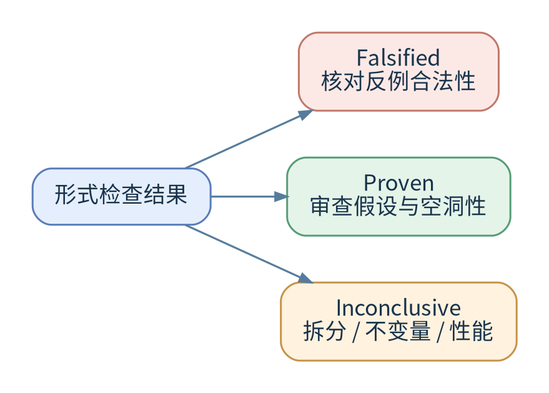
Little-W/blog keeps this Graphviz diagram as docs/notes/digital-design/formal_verif/插图/15_调试决策.png. Above is the earlier version. Its source is kept beside it as docs/notes/digital-design/formal_verif/插图/源码_DOT/15_调试决策.dot. The source it was exported from:
```dot
digraph G {
  graph [rankdir=LR, bgcolor="transparent", pad=0.24, margin=0.05,
         nodesep=0.42, ranksep=0.62, splines=polyline,
         fontname="Noto Sans CJK SC", fontsize=16];
  node [shape=box, style="rounded,filled", fillcolor="#F3F7FC", color="#446786",
        fontname="Noto Sans CJK SC", fontsize=14, fontcolor="#18334B", penwidth=1.2,
        margin="0.20,0.14"];
  edge [color="#567C9C", arrowsize=0.75, penwidth=1.25,
        fontname="Noto Sans CJK SC", fontsize=11, fontcolor="#39566E"];
 result [label="形式检查结果",fillcolor="#E5EEFC",color="#597CB9"];
 fail [label="Falsified\n核对反例合法性",fillcolor="#FCE9E6",color="#C17869"];
 pass [label="Proven\n审查假设与空洞性",fillcolor="#E5F4E9",color="#559C76"];
 inc [label="Inconclusive\n拆分 / 不变量 / 性能",fillcolor="#FFF2DF",color="#C69348"];
 result -> fail; result -> pass; result -> inc;

}
```
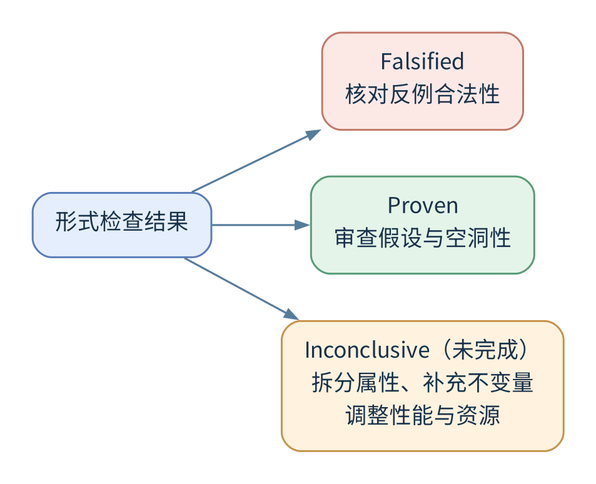
Above is the later version.

What changed in the source:
```diff
@@ -10,7 +10,7 @@
  result [label="形式检查结果",fillcolor="#E5EEFC",color="#597CB9"];
  fail [label="Falsified\n核对反例合法性",fillcolor="#FCE9E6",color="#C17869"];
  pass [label="Proven\n审查假设与空洞性",fillcolor="#E5F4E9",color="#559C76"];
- inc [label="Inconclusive\n拆分 / 不变量 / 性能",fillcolor="#FFF2DF",color="#C69348"];
+ inc [label="Inconclusive（未完成）\n拆分属性、补充不变量\n调整性能与资源",fillcolor="#FFF2DF",color="#C69348"];
  result -> fail; result -> pass; result -> inc;
 
 }
```
